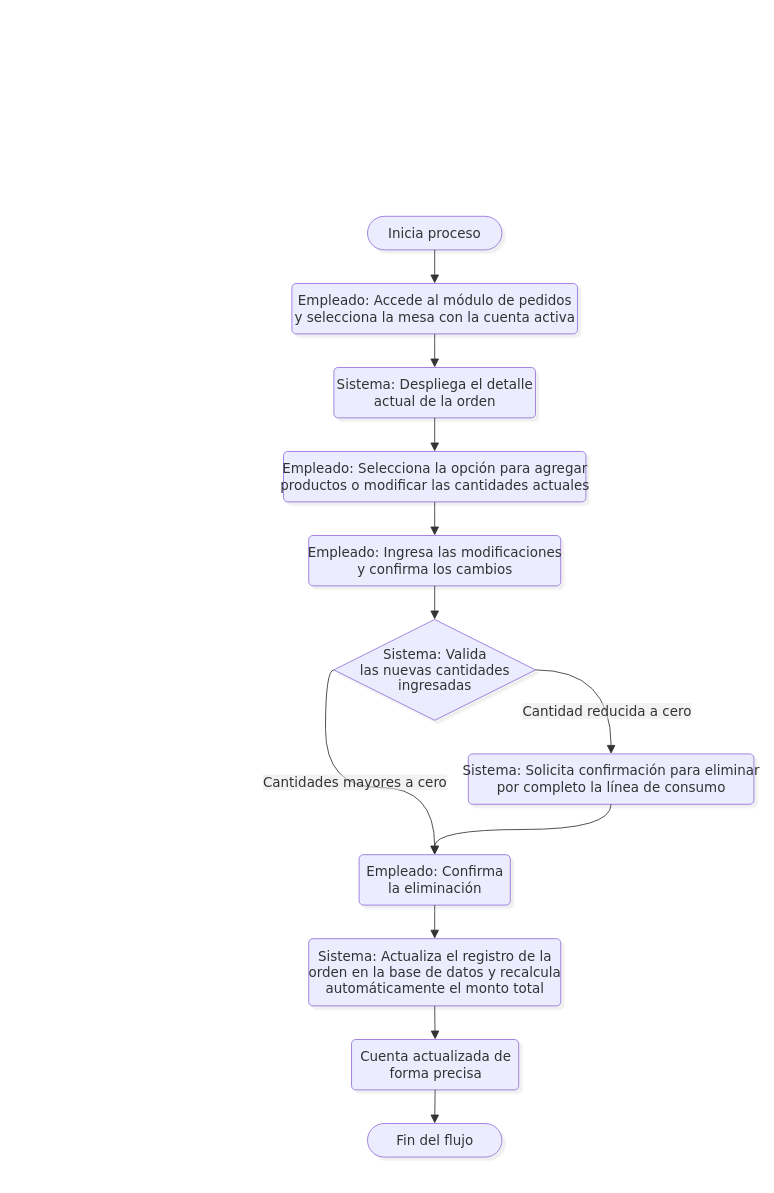
CanelaFeliz/ProyectoPPI115 keeps this draw.io diagram as page "RF07" (7 of 17) of documentacion/Diagramas/Diagramas Casos de Uso.drawio. Above is the earlier version. Source tidied: cells renumbered, new cells numbered last; positions are measured from the earlier drawing's top-left corner, leaving out a move shared by most shapes. Both pictures are drawn from the tidied source at 84%, with x=0, y=0 at pixel (14, 14).
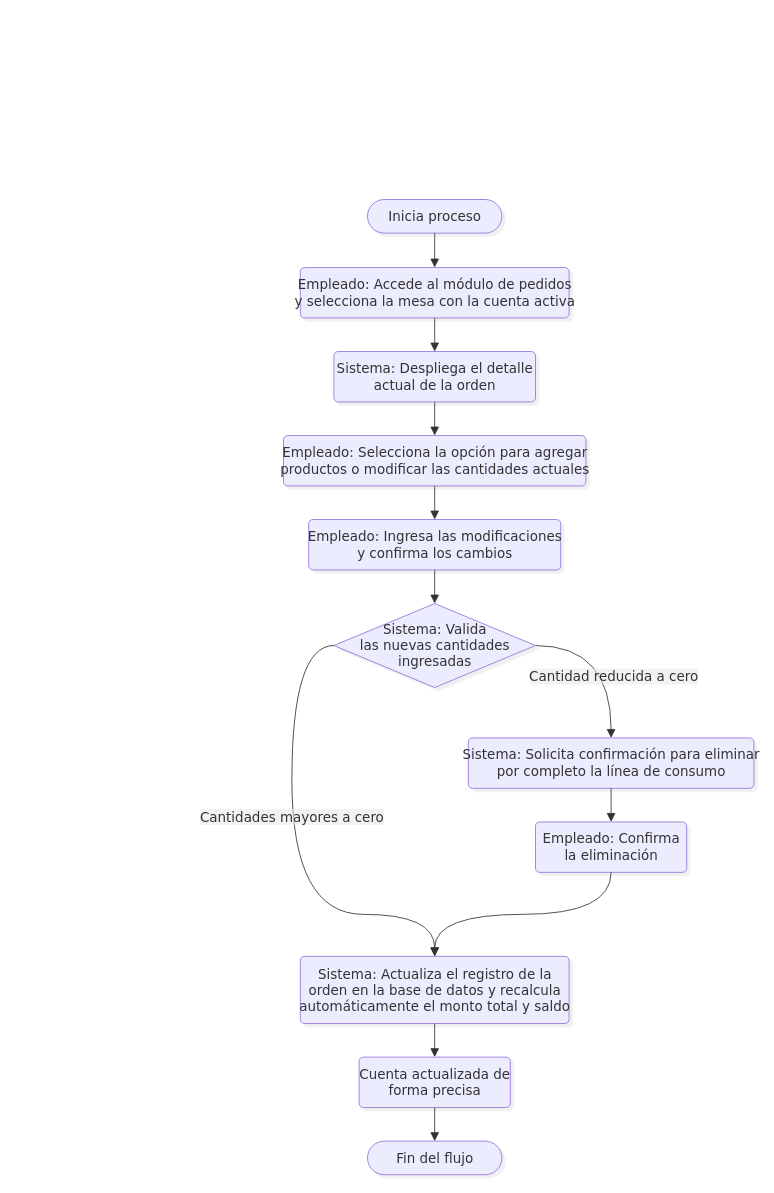
Above is the later version.

The change refers to these unchanged cells:
```xml
<mxCell id="2" style="group;transparentBounds=1;editIcon=1;lockedGroup=0;groupPadding=10;" parent="1" vertex="1">
  <mxGeometry as="geometry" />
</mxCell>
```

The edit, as a diff of the source:
```diff
@@
-    <mxCell id="3" value="Inicia proceso" style="html=1;rounded=1;whiteSpace=wrap;arcSize=50;strokeWidth=1;fillColor=light-dark(#ECECFF,#1f2020);strokeColor=light-dark(#9370DB,#cccccc);fontColor=light-dark(#333333,#cccccc);fontFamily=Trebuchet MS,Verdana,Arial,sans-serif;fontSize=16;shadow=1;shadowColor=#000000;shadowOffsetX=4;shadowOffsetY=4;shadowBlur=0;shadowOpacity=6;" parent="2" vertex="1">
-      <mxGeometry x="420" y="240" width="160" height="40" as="geometry" />
+    <mxCell id="3" value="Inicia proceso" style="html=1;rounded=1;arcSize=50;strokeWidth=1;fillColor=light-dark(#ECECFF,#1f2020);strokeColor=light-dark(#9370DB,#cccccc);fontColor=light-dark(#333333,#cccccc);fontFamily=Trebuchet MS,Verdana,Arial,sans-serif;fontSize=16;shadow=1;shadowColor=#000000;shadowOffsetX=4;shadowOffsetY=4;shadowBlur=0;shadowOpacity=6;" parent="2" vertex="1">
+      <mxGeometry x="420" y="220" width="160" height="40" as="geometry" />
     </mxCell>
-    <mxCell id="4" value="Empleado: Accede al módulo de pedidos&lt;br&gt;y selecciona la mesa con la cuenta activa" style="rounded=1;absoluteArcSize=1;arcSize=10;html=1;strokeWidth=1;fillColor=light-dark(#ECECFF,#1f2020);strokeColor=light-dark(#9370DB,#cccccc);fontColor=light-dark(#333333,#cccccc);fontFamily=Trebuchet MS,Verdana,Arial,sans-serif;fontSize=16;shadow=1;shadowColor=#000000;shadowOffsetX=4;shadowOffsetY=4;shadowBlur=0;shadowOpacity=6;labelWidth=120;" parent="2" vertex="1">
-      <mxGeometry x="330" y="320" width="340" height="60" as="geometry" />
+    <mxCell id="4" value="Empleado: Accede al módulo de pedidos&#10;y selecciona la mesa con la cuenta activa" style="rounded=1;absoluteArcSize=1;arcSize=10;html=1;strokeWidth=1;fillColor=light-dark(#ECECFF,#1f2020);strokeColor=light-dark(#9370DB,#cccccc);fontColor=light-dark(#333333,#cccccc);fontFamily=Trebuchet MS,Verdana,Arial,sans-serif;fontSize=16;shadow=1;shadowColor=#000000;shadowOffsetX=4;shadowOffsetY=4;shadowBlur=0;shadowOpacity=6;labelWidth=120;" parent="2" vertex="1">
+      <mxGeometry x="340" y="301" width="320" height="60" as="geometry" />
     </mxCell>
-    <mxCell id="5" value="Sistema: Despliega el detalle&lt;br&gt;actual de la orden" style="rounded=1;absoluteArcSize=1;arcSize=10;html=1;strokeWidth=1;fillColor=light-dark(#ECECFF,#1f2020);strokeColor=light-dark(#9370DB,#cccccc);fontColor=light-dark(#333333,#cccccc);fontFamily=Trebuchet MS,Verdana,Arial,sans-serif;fontSize=16;shadow=1;shadowColor=#000000;shadowOffsetX=4;shadowOffsetY=4;shadowBlur=0;shadowOpacity=6;labelWidth=120;" parent="2" vertex="1">
-      <mxGeometry x="380" y="420" width="240" height="60" as="geometry" />
+    <mxCell id="5" value="Sistema: Despliega el detalle&#10;actual de la orden" style="rounded=1;absoluteArcSize=1;arcSize=10;html=1;strokeWidth=1;fillColor=light-dark(#ECECFF,#1f2020);strokeColor=light-dark(#9370DB,#cccccc);fontColor=light-dark(#333333,#cccccc);fontFamily=Trebuchet MS,Verdana,Arial,sans-serif;fontSize=16;shadow=1;shadowColor=#000000;shadowOffsetX=4;shadowOffsetY=4;shadowBlur=0;shadowOpacity=6;labelWidth=120;" parent="2" vertex="1">
+      <mxGeometry x="380" y="401" width="240" height="60" as="geometry" />
     </mxCell>
-    <mxCell id="6" value="Empleado: Selecciona la opción para agregar&lt;br&gt;productos o modificar las cantidades actuales" style="rounded=1;absoluteArcSize=1;arcSize=10;html=1;strokeWidth=1;fillColor=light-dark(#ECECFF,#1f2020);strokeColor=light-dark(#9370DB,#cccccc);fontColor=light-dark(#333333,#cccccc);fontFamily=Trebuchet MS,Verdana,Arial,sans-serif;fontSize=16;shadow=1;shadowColor=#000000;shadowOffsetX=4;shadowOffsetY=4;shadowBlur=0;shadowOpacity=6;labelWidth=120;" parent="2" vertex="1">
-      <mxGeometry x="320" y="520" width="360" height="60" as="geometry" />
+    <mxCell id="6" value="Empleado: Selecciona la opción para agregar&#10;productos o modificar las cantidades actuales" style="rounded=1;absoluteArcSize=1;arcSize=10;html=1;strokeWidth=1;fillColor=light-dark(#ECECFF,#1f2020);strokeColor=light-dark(#9370DB,#cccccc);fontColor=light-dark(#333333,#cccccc);fontFamily=Trebuchet MS,Verdana,Arial,sans-serif;fontSize=16;shadow=1;shadowColor=#000000;shadowOffsetX=4;shadowOffsetY=4;shadowBlur=0;shadowOpacity=6;labelWidth=120;" parent="2" vertex="1">
+      <mxGeometry x="320" y="501" width="360" height="60" as="geometry" />
     </mxCell>
-    <mxCell id="7" value="Empleado: Ingresa las modificaciones&lt;br&gt;y confirma los cambios" style="rounded=1;absoluteArcSize=1;arcSize=10;html=1;strokeWidth=1;fillColor=light-dark(#ECECFF,#1f2020);strokeColor=light-dark(#9370DB,#cccccc);fontColor=light-dark(#333333,#cccccc);fontFamily=Trebuchet MS,Verdana,Arial,sans-serif;fontSize=16;shadow=1;shadowColor=#000000;shadowOffsetX=4;shadowOffsetY=4;shadowBlur=0;shadowOpacity=6;labelWidth=120;" parent="2" vertex="1">
-      <mxGeometry x="350" y="620" width="300" height="60" as="geometry" />
+    <mxCell id="7" value="Empleado: Ingresa las modificaciones&#10;y confirma los cambios" style="rounded=1;absoluteArcSize=1;arcSize=10;html=1;strokeWidth=1;fillColor=light-dark(#ECECFF,#1f2020);strokeColor=light-dark(#9370DB,#cccccc);fontColor=light-dark(#333333,#cccccc);fontFamily=Trebuchet MS,Verdana,Arial,sans-serif;fontSize=16;shadow=1;shadowColor=#000000;shadowOffsetX=4;shadowOffsetY=4;shadowBlur=0;shadowOpacity=6;labelWidth=120;" parent="2" vertex="1">
+      <mxGeometry x="350" y="601" width="300" height="60" as="geometry" />
     </mxCell>
-    <mxCell id="8" value="Sistema: Valida&lt;br&gt;las nuevas cantidades&lt;br&gt;ingresadas" style="rhombus;html=1;strokeWidth=1;fillColor=light-dark(#ECECFF,#1f2020);strokeColor=light-dark(#9370DB,#cccccc);fontColor=light-dark(#333333,#cccccc);fontFamily=Trebuchet MS,Verdana,Arial,sans-serif;fontSize=16;shadow=1;shadowColor=#000000;shadowOffsetX=4;shadowOffsetY=4;shadowBlur=0;shadowOpacity=6;labelWidth=120;" parent="2" vertex="1">
-      <mxGeometry x="380" y="720" width="240" height="120" as="geometry" />
+    <mxCell id="8" value="Sistema: Valida&#10;las nuevas cantidades&#10;ingresadas" style="rhombus;html=1;strokeWidth=1;fillColor=light-dark(#ECECFF,#1f2020);strokeColor=light-dark(#9370DB,#cccccc);fontColor=light-dark(#333333,#cccccc);fontFamily=Trebuchet MS,Verdana,Arial,sans-serif;fontSize=16;shadow=1;shadowColor=#000000;shadowOffsetX=4;shadowOffsetY=4;shadowBlur=0;shadowOpacity=6;labelWidth=120;" parent="2" vertex="1">
+      <mxGeometry x="380" y="701" width="240" height="100" as="geometry" />
     </mxCell>
+    <mxCell id="25" value="Sistema: Actualiza el registro de la&#10;orden en la base de datos y recalcula&#10;automáticamente el monto total y saldo" style="rounded=1;absoluteArcSize=1;arcSize=10;html=1;strokeWidth=1;fillColor=light-dark(#ECECFF,#1f2020);strokeColor=light-dark(#9370DB,#cccccc);fontColor=light-dark(#333333,#cccccc);fontFamily=Trebuchet MS,Verdana,Arial,sans-serif;fontSize=16;shadow=1;shadowColor=#000000;shadowOffsetX=4;shadowOffsetY=4;shadowBlur=0;shadowOpacity=6;labelWidth=120;" parent="2" vertex="1">
+      <mxGeometry x="340" y="1121" width="320" height="80" as="geometry" />
+    </mxCell>
-    <mxCell id="9" value="Sistema: Solicita confirmación para eliminar&lt;br&gt;por completo la línea de consumo" style="rounded=1;absoluteArcSize=1;arcSize=10;html=1;strokeWidth=1;fillColor=light-dark(#ECECFF,#1f2020);strokeColor=light-dark(#9370DB,#cccccc);fontColor=light-dark(#333333,#cccccc);fontFamily=Trebuchet MS,Verdana,Arial,sans-serif;fontSize=16;shadow=1;shadowColor=#000000;shadowOffsetX=4;shadowOffsetY=4;shadowBlur=0;shadowOpacity=6;labelWidth=120;" parent="2" vertex="1">
-      <mxGeometry x="540" y="880" width="340" height="60" as="geometry" />
+    <mxCell id="9" value="Sistema: Solicita confirmación para eliminar&#10;por completo la línea de consumo" style="rounded=1;absoluteArcSize=1;arcSize=10;html=1;strokeWidth=1;fillColor=light-dark(#ECECFF,#1f2020);strokeColor=light-dark(#9370DB,#cccccc);fontColor=light-dark(#333333,#cccccc);fontFamily=Trebuchet MS,Verdana,Arial,sans-serif;fontSize=16;shadow=1;shadowColor=#000000;shadowOffsetX=4;shadowOffsetY=4;shadowBlur=0;shadowOpacity=6;labelWidth=120;" parent="2" vertex="1">
+      <mxGeometry x="540" y="861" width="340" height="60" as="geometry" />
     </mxCell>
-    <mxCell id="10" value="Empleado: Confirma&lt;br&gt;la eliminación" style="rounded=1;absoluteArcSize=1;arcSize=10;html=1;strokeWidth=1;fillColor=light-dark(#ECECFF,#1f2020);strokeColor=light-dark(#9370DB,#cccccc);fontColor=light-dark(#333333,#cccccc);fontFamily=Trebuchet MS,Verdana,Arial,sans-serif;fontSize=16;shadow=1;shadowColor=#000000;shadowOffsetX=4;shadowOffsetY=4;shadowBlur=0;shadowOpacity=6;labelWidth=120;" parent="2" vertex="1">
-      <mxGeometry x="410" y="1000" width="180" height="60" as="geometry" />
+    <mxCell id="10" value="Empleado: Confirma&#10;la eliminación" style="rounded=1;absoluteArcSize=1;arcSize=10;html=1;strokeWidth=1;fillColor=light-dark(#ECECFF,#1f2020);strokeColor=light-dark(#9370DB,#cccccc);fontColor=light-dark(#333333,#cccccc);fontFamily=Trebuchet MS,Verdana,Arial,sans-serif;fontSize=16;shadow=1;shadowColor=#000000;shadowOffsetX=4;shadowOffsetY=4;shadowBlur=0;shadowOpacity=6;labelWidth=120;" parent="2" vertex="1">
+      <mxGeometry x="620" y="961" width="180" height="60" as="geometry" />
     </mxCell>
-    <mxCell id="11" value="Sistema: Actualiza el registro de la&lt;br&gt;orden en la base de datos y recalcula&lt;br&gt;automáticamente el monto total" style="rounded=1;absoluteArcSize=1;arcSize=10;html=1;strokeWidth=1;fillColor=light-dark(#ECECFF,#1f2020);strokeColor=light-dark(#9370DB,#cccccc);fontColor=light-dark(#333333,#cccccc);fontFamily=Trebuchet MS,Verdana,Arial,sans-serif;fontSize=16;shadow=1;shadowColor=#000000;shadowOffsetX=4;shadowOffsetY=4;shadowBlur=0;shadowOpacity=6;labelWidth=120;" parent="2" vertex="1">
-      <mxGeometry x="350" y="1100" width="300" height="80" as="geometry" />
-    </mxCell>
-    <mxCell id="12" value="Cuenta actualizada de&lt;br&gt;forma precisa" style="rounded=1;absoluteArcSize=1;arcSize=10;html=1;strokeWidth=1;fillColor=light-dark(#ECECFF,#1f2020);strokeColor=light-dark(#9370DB,#cccccc);fontColor=light-dark(#333333,#cccccc);fontFamily=Trebuchet MS,Verdana,Arial,sans-serif;fontSize=16;shadow=1;shadowColor=#000000;shadowOffsetX=4;shadowOffsetY=4;shadowBlur=0;shadowOpacity=6;labelWidth=120;" parent="2" vertex="1">
-      <mxGeometry x="401" y="1220" width="199" height="60" as="geometry" />
+    <mxCell id="12" value="Cuenta actualizada de&#10;forma precisa" style="rounded=1;absoluteArcSize=1;arcSize=10;html=1;strokeWidth=1;fillColor=light-dark(#ECECFF,#1f2020);strokeColor=light-dark(#9370DB,#cccccc);fontColor=light-dark(#333333,#cccccc);fontFamily=Trebuchet MS,Verdana,Arial,sans-serif;fontSize=16;shadow=1;shadowColor=#000000;shadowOffsetX=4;shadowOffsetY=4;shadowBlur=0;shadowOpacity=6;labelWidth=120;" parent="2" vertex="1">
+      <mxGeometry x="410" y="1241" width="180" height="60" as="geometry" />
     </mxCell>
     <mxCell id="13" value="Fin del flujo" style="html=1;rounded=1;arcSize=50;strokeWidth=1;fillColor=light-dark(#ECECFF,#1f2020);strokeColor=light-dark(#9370DB,#cccccc);fontColor=light-dark(#333333,#cccccc);fontFamily=Trebuchet MS,Verdana,Arial,sans-serif;fontSize=16;shadow=1;shadowColor=#000000;shadowOffsetX=4;shadowOffsetY=4;shadowBlur=0;shadowOpacity=6;" parent="2" vertex="1">
-      <mxGeometry x="420" y="1320" width="160" height="40" as="geometry" />
+      <mxGeometry x="420" y="1341" width="160" height="40" as="geometry" />
     </mxCell>
@@
+    <mxCell id="20" value="Cantidades mayores a cero" style="curved=1;startArrow=none;endArrow=block;endSize=8;strokeColor=light-dark(#333333,#cccccc);html=1;fontSize=16;labelBackgroundColor=light-dark(#E8E8E88D,#2a2a2a8D);fontFamily=Trebuchet MS,Verdana,Arial,sans-serif;fontColor=light-dark(#333333,#cccccc);exitX=0;exitY=0.5;entryX=0.5;entryY=0;targetPerimeterSpacing=4;rounded=0;exitDx=0;exitDy=0;entryDx=0;entryDy=0;edgeStyle=orthogonalEdgeStyle;curveGeometry=1;" parent="2" edge="1" source="8" target="25">
+      <mxGeometry x="-0.14" relative="1" as="geometry">
+        <Array as="points">
+          <mxPoint x="330" y="751" />
+          <mxPoint x="330" y="1071" />
+          <mxPoint x="500" y="1071" />
+        </Array>
+      </mxGeometry>
+    </mxCell>
-    <mxCell id="19" value="Cantidad reducida a cero" style="curved=1;startArrow=none;endArrow=block;endSize=8;strokeColor=light-dark(#333333,#cccccc);html=1;fontSize=16;labelBackgroundColor=light-dark(#E8E8E88D,#2a2a2a8D);fontFamily=Trebuchet MS,Verdana,Arial,sans-serif;fontColor=light-dark(#333333,#cccccc);entryX=0.5;entryY=0;targetPerimeterSpacing=4;rounded=0;edgeStyle=orthogonalEdgeStyle;curveGeometry=1;exitX=1;exitY=0.5;exitDx=0;exitDy=0;" parent="2" edge="1" source="8" target="9">
-      <mxGeometry x="0.46" y="-5" relative="1" as="geometry" />
+    <mxCell id="19" value="Cantidad reducida a cero" style="curved=1;startArrow=none;endArrow=block;endSize=8;strokeColor=light-dark(#333333,#cccccc);html=1;fontSize=16;labelBackgroundColor=light-dark(#E8E8E88D,#2a2a2a8D);fontFamily=Trebuchet MS,Verdana,Arial,sans-serif;fontColor=light-dark(#333333,#cccccc);exitX=1;exitY=0.5;entryX=0.5;entryY=0;targetPerimeterSpacing=4;rounded=0;exitDx=0;exitDy=0;edgeStyle=orthogonalEdgeStyle;curveGeometry=1;" parent="2" edge="1" source="8" target="9">
+      <mxGeometry x="0.27" y="3" relative="1" as="geometry" />
     </mxCell>
-    <mxCell id="20" value="Cantidades mayores a cero" style="curved=1;startArrow=none;endArrow=block;endSize=8;strokeColor=light-dark(#333333,#cccccc);html=1;fontSize=16;labelBackgroundColor=light-dark(#E8E8E88D,#2a2a2a8D);fontFamily=Trebuchet MS,Verdana,Arial,sans-serif;fontColor=light-dark(#333333,#cccccc);exitX=0;exitY=0.5;entryX=0.5;entryY=0;targetPerimeterSpacing=4;rounded=0;exitDx=0;exitDy=0;entryDx=0;entryDy=0;edgeStyle=orthogonalEdgeStyle;curveGeometry=1;" parent="2" edge="1" source="8" target="10">
-      <mxGeometry x="0.03" y="6" relative="1" as="geometry" />
-    </mxCell>
-    <mxCell id="21" style="curved=1;startArrow=none;endArrow=block;endSize=8;strokeColor=light-dark(#333333,#cccccc);exitX=0.5;exitY=0.99;entryX=0.5;entryY=0;targetPerimeterSpacing=4;rounded=0;" parent="2" edge="1" source="10" target="11">
-      <mxGeometry relative="1" as="geometry" />
-    </mxCell>
-    <mxCell id="22" style="curved=1;startArrow=none;endArrow=block;endSize=8;strokeColor=light-dark(#333333,#cccccc);exitX=0.5;exitY=1;entryX=0.5;entryY=0;targetPerimeterSpacing=4;rounded=0;entryDx=0;entryDy=0;edgeStyle=orthogonalEdgeStyle;curveGeometry=1;" parent="2" edge="1" source="9" target="10">
+    <mxCell id="22" style="curved=1;startArrow=none;endArrow=block;endSize=8;strokeColor=light-dark(#333333,#cccccc);exitX=0.5;exitY=1;entryX=0.5;entryY=0;targetPerimeterSpacing=4;rounded=0;" parent="2" edge="1" source="9" target="10">
       <mxGeometry relative="1" as="geometry" />
     </mxCell>
-    <mxCell id="23" style="curved=1;startArrow=none;endArrow=block;endSize=8;strokeColor=light-dark(#333333,#cccccc);exitX=0.5;exitY=1;entryX=0.5;entryY=0;targetPerimeterSpacing=4;rounded=0;" parent="2" edge="1" source="11" target="12">
-      <mxGeometry relative="1" as="geometry" />
-    </mxCell>
+    <mxCell id="26" style="curved=1;startArrow=none;endArrow=block;endSize=8;strokeColor=light-dark(#333333,#cccccc);exitX=0.5;exitY=0.99;entryX=0.5;entryY=0;targetPerimeterSpacing=4;rounded=0;entryDx=0;entryDy=0;edgeStyle=orthogonalEdgeStyle;curveGeometry=1;" parent="2" edge="1" source="10" target="25">
+      <mxGeometry relative="1" as="geometry" />
+    </mxCell>
+    <mxCell id="27" style="curved=1;startArrow=none;endArrow=block;endSize=8;strokeColor=light-dark(#333333,#cccccc);exitX=0.5;exitY=1;entryX=0.5;entryY=0;targetPerimeterSpacing=4;rounded=0;" parent="2" edge="1" source="25" target="12">
+      <mxGeometry relative="1" as="geometry" />
+    </mxCell>
-    <mxCell id="24" style="curved=1;startArrow=none;endArrow=block;endSize=8;strokeColor=light-dark(#333333,#cccccc);exitX=0.5;exitY=0.99;entryX=0.5;entryY=0;targetPerimeterSpacing=4;rounded=0;" parent="2" edge="1" source="12" target="13">
+    <mxCell id="24" style="curved=1;startArrow=none;endArrow=block;endSize=8;strokeColor=light-dark(#333333,#cccccc);exitX=0.5;exitY=1;entryX=0.5;entryY=0;targetPerimeterSpacing=4;rounded=0;" parent="2" edge="1" source="12" target="13">
       <mxGeometry relative="1" as="geometry" />
     </mxCell>
```
